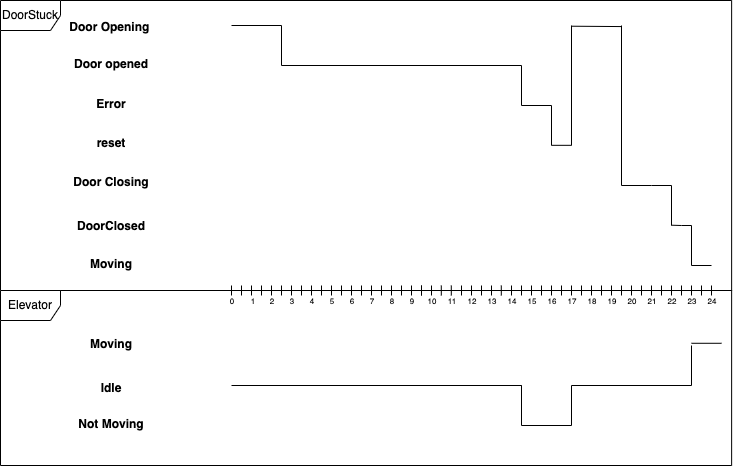
This is L4G10_milestone_5/Elevator_DoorStuck_TimingDiagram5.png from andy-ngo/SYSC3303_L4_G10, a draw.io export, as it was before one commit. Source tidied: cells renumbered, new cells last; positions are measured from the earlier drawing's top-left corner, leaving out a move shared by most shapes.
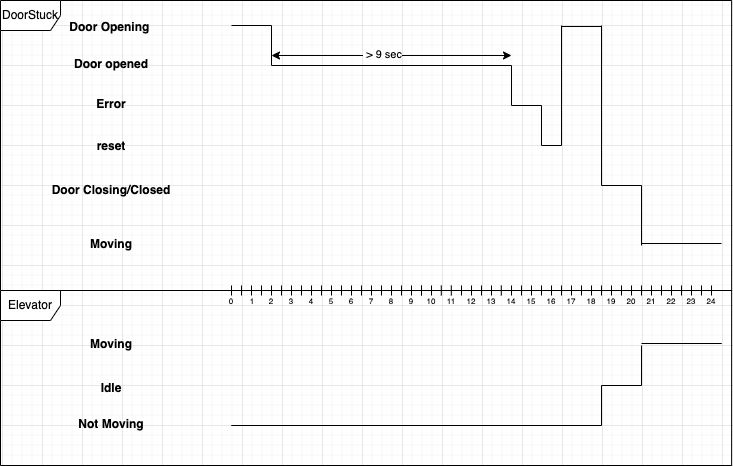
Later version of the same file.

Diff of the diagram source:
```diff
@@ -11,9 +11,6 @@
     <mxCell id="4" value="Error" style="text;align=center;fontStyle=1;verticalAlign=middle;spacingLeft=3;spacingRight=3;strokeColor=none;" parent="1" vertex="1">
       <mxGeometry x="71" y="85" width="80" height="36" as="geometry" />
     </mxCell>
-    <mxCell id="5" value="DoorClosed" style="text;align=center;fontStyle=1;verticalAlign=middle;spacingLeft=3;spacingRight=3;strokeColor=none;" parent="1" vertex="1">
-      <mxGeometry x="71" y="205" width="80" height="40" as="geometry" />
-    </mxCell>
     <mxCell id="6" style="endArrow=none;html=1;rounded=0;" parent="1" edge="1">
       <mxGeometry relative="1" as="geometry">
         <mxPoint x="231" y="295" as="sourcePoint" />
@@ -136,8 +133,8 @@
     </mxCell>
     <mxCell id="26" style="endArrow=none;html=1;rounded=0;fontSize=12;" parent="1" edge="1">
       <mxGeometry relative="1" as="geometry">
-        <mxPoint x="541" y="215" as="sourcePoint" />
-        <mxPoint x="541" y="215" as="targetPoint" />
+        <mxPoint x="521" y="215" as="sourcePoint" />
+        <mxPoint x="521" y="215" as="targetPoint" />
       </mxGeometry>
     </mxCell>
     <mxCell id="27" value="&lt;font style=&quot;font-size: 8px&quot;&gt;0&lt;/font&gt;" style="text;html=1;strokeColor=none;fillColor=none;align=center;verticalAlign=middle;whiteSpace=wrap;rounded=0;fontSize=12;" parent="1" vertex="1">
@@ -258,93 +255,75 @@
       <mxGeometry x="71" y="45" width="80" height="36" as="geometry" />
     </mxCell>
     <mxCell id="54" value="reset" style="text;align=center;fontStyle=1;verticalAlign=middle;spacingLeft=3;spacingRight=3;strokeColor=none;" parent="1" vertex="1">
-      <mxGeometry x="71" y="125" width="80" height="33" as="geometry" />
+      <mxGeometry x="71" y="125" width="80" height="40" as="geometry" />
     </mxCell>
-    <mxCell id="55" value="Door Closing" style="text;align=center;fontStyle=1;verticalAlign=middle;spacingLeft=3;spacingRight=3;strokeColor=none;" parent="1" vertex="1">
-      <mxGeometry x="71" y="167" width="80" height="28" as="geometry" />
+    <mxCell id="55" value="Door Closing/Closed" style="text;align=center;fontStyle=1;verticalAlign=middle;spacingLeft=3;spacingRight=3;strokeColor=none;" parent="1" vertex="1">
+      <mxGeometry x="71" y="175" width="80" height="28" as="geometry" />
     </mxCell>
     <mxCell id="56" value="Moving" style="text;align=center;fontStyle=1;verticalAlign=middle;spacingLeft=3;spacingRight=3;strokeColor=none;" parent="1" vertex="1">
-      <mxGeometry x="71" y="245" width="80" height="36" as="geometry" />
+      <mxGeometry x="71" y="225" width="80" height="36" as="geometry" />
     </mxCell>
     <mxCell id="57" style="endArrow=none;html=1;rounded=0;fontSize=8;" parent="1" edge="1">
       <mxGeometry relative="1" as="geometry">
         <mxPoint x="231" y="25" as="sourcePoint" />
-        <mxPoint x="281" y="65" as="targetPoint" />
+        <mxPoint x="271" y="65" as="targetPoint" />
         <Array as="points">
-          <mxPoint x="281" y="25" />
+          <mxPoint x="271" y="25" />
         </Array>
       </mxGeometry>
     </mxCell>
     <mxCell id="58" style="endArrow=none;html=1;rounded=0;fontSize=8;" parent="1" edge="1">
       <mxGeometry relative="1" as="geometry">
-        <mxPoint x="281" y="65" as="sourcePoint" />
-        <mxPoint x="521" y="105" as="targetPoint" />
+        <mxPoint x="271" y="65" as="sourcePoint" />
+        <mxPoint x="511" y="105" as="targetPoint" />
         <Array as="points">
-          <mxPoint x="521" y="65" />
+          <mxPoint x="511" y="65" />
         </Array>
       </mxGeometry>
     </mxCell>
     <mxCell id="59" style="endArrow=none;html=1;rounded=0;fontSize=8;" parent="1" edge="1">
       <mxGeometry relative="1" as="geometry">
-        <mxPoint x="521" y="105" as="sourcePoint" />
-        <mxPoint x="551" y="145" as="targetPoint" />
+        <mxPoint x="511" y="105" as="sourcePoint" />
+        <mxPoint x="541" y="145" as="targetPoint" />
         <Array as="points">
-          <mxPoint x="551" y="105" />
+          <mxPoint x="541" y="105" />
         </Array>
       </mxGeometry>
     </mxCell>
     <mxCell id="60" style="endArrow=none;html=1;rounded=0;fontSize=8;" parent="1" edge="1">
       <mxGeometry relative="1" as="geometry">
-        <mxPoint x="551" y="144.8" as="sourcePoint" />
-        <mxPoint x="571" y="144.8" as="targetPoint" />
+        <mxPoint x="541" y="145" as="sourcePoint" />
+        <mxPoint x="561" y="145" as="targetPoint" />
       </mxGeometry>
     </mxCell>
     <mxCell id="61" style="endArrow=none;html=1;rounded=0;fontSize=8;" parent="1" edge="1">
       <mxGeometry relative="1" as="geometry">
-        <mxPoint x="571" y="145" as="sourcePoint" />
-        <mxPoint x="571" y="25" as="targetPoint" />
+        <mxPoint x="561" y="145" as="sourcePoint" />
+        <mxPoint x="561" y="25" as="targetPoint" />
       </mxGeometry>
     </mxCell>
     <mxCell id="62" style="endArrow=none;html=1;rounded=0;fontSize=8;" parent="1" edge="1">
       <mxGeometry relative="1" as="geometry">
-        <mxPoint x="571" y="25.7" as="sourcePoint" />
-        <mxPoint x="621" y="26.1" as="targetPoint" />
+        <mxPoint x="561" y="26" as="sourcePoint" />
+        <mxPoint x="601" y="26" as="targetPoint" />
       </mxGeometry>
     </mxCell>
     <mxCell id="63" style="endArrow=none;html=1;rounded=0;fontSize=8;" parent="1" edge="1">
       <mxGeometry relative="1" as="geometry">
-        <mxPoint x="621" y="185" as="sourcePoint" />
-        <mxPoint x="621" y="25" as="targetPoint" />
+        <mxPoint x="601" y="185" as="sourcePoint" />
+        <mxPoint x="601" y="25" as="targetPoint" />
       </mxGeometry>
     </mxCell>
     <mxCell id="64" style="endArrow=none;html=1;rounded=0;fontSize=8;" parent="1" edge="1">
       <mxGeometry relative="1" as="geometry">
-        <mxPoint x="621" y="185" as="sourcePoint" />
-        <mxPoint x="671" y="185" as="targetPoint" />
-        <Array as="points">
-          <mxPoint x="651" y="185" />
-        </Array>
+        <mxPoint x="601" y="185" as="sourcePoint" />
+        <mxPoint x="641" y="185" as="targetPoint" />
       </mxGeometry>
     </mxCell>
-    <mxCell id="65" style="endArrow=none;html=1;rounded=0;fontSize=8;" parent="1" edge="1">
-      <mxGeometry relative="1" as="geometry">
-        <mxPoint x="671" y="225" as="sourcePoint" />
-        <mxPoint x="671" y="185" as="targetPoint" />
-      </mxGeometry>
-    </mxCell>
-    <mxCell id="66" style="endArrow=none;html=1;rounded=0;fontSize=8;" parent="1" edge="1">
-      <mxGeometry relative="1" as="geometry">
-        <mxPoint x="671" y="224.7" as="sourcePoint" />
-        <mxPoint x="691" y="225" as="targetPoint" />
-        <Array as="points">
-          <mxPoint x="681" y="225" />
-        </Array>
-      </mxGeometry>
-    </mxCell>
     <mxCell id="67" style="endArrow=none;html=1;rounded=0;fontSize=8;" parent="1" edge="1">
       <mxGeometry relative="1" as="geometry">
-        <mxPoint x="691" y="265" as="sourcePoint" />
-        <mxPoint x="691" y="225" as="targetPoint" />
+        <mxPoint x="641" y="245" as="sourcePoint" />
+        <mxPoint x="641" y="185" as="targetPoint" />
       </mxGeometry>
     </mxCell>
     <mxCell id="68" style="endArrow=none;html=1;rounded=0;" parent="1" edge="1">
@@ -355,8 +334,8 @@
     </mxCell>
     <mxCell id="69" style="endArrow=none;html=1;rounded=0;fontSize=8;" parent="1" edge="1">
       <mxGeometry relative="1" as="geometry">
-        <mxPoint x="691" y="265" as="sourcePoint" />
-        <mxPoint x="711" y="265" as="targetPoint" />
+        <mxPoint x="641" y="243" as="sourcePoint" />
+        <mxPoint x="721" y="243" as="targetPoint" />
       </mxGeometry>
     </mxCell>
     <mxCell id="70" value="&lt;font style=&quot;font-size: 12px&quot;&gt;Elevator&lt;/font&gt;" style="shape=umlFrame;whiteSpace=wrap;html=1;fontSize=6;" parent="1" vertex="1">
@@ -368,19 +347,13 @@
     <mxCell id="72" value="Not Moving" style="text;align=center;fontStyle=1;verticalAlign=middle;spacingLeft=3;spacingRight=3;strokeColor=none;" parent="1" vertex="1">
       <mxGeometry x="71" y="405" width="80" height="36" as="geometry" />
     </mxCell>
-    <mxCell id="73" style="endArrow=none;html=1;rounded=0;" parent="1" edge="1">
-      <mxGeometry relative="1" as="geometry">
-        <mxPoint x="231" y="385" as="sourcePoint" />
-        <mxPoint x="331" y="385" as="targetPoint" />
-        <Array as="points">
-          <mxPoint x="521" y="385" />
-        </Array>
-      </mxGeometry>
-    </mxCell>
     <mxCell id="74" style="endArrow=none;html=1;rounded=0;" parent="1" edge="1">
       <mxGeometry relative="1" as="geometry">
-        <mxPoint x="691" y="342.8" as="sourcePoint" />
-        <mxPoint x="721" y="342.8" as="targetPoint" />
+        <mxPoint x="671" y="343" as="sourcePoint" />
+        <mxPoint x="641" y="343" as="targetPoint" />
+        <Array as="points">
+          <mxPoint x="721" y="343" />
+        </Array>
       </mxGeometry>
     </mxCell>
     <mxCell id="75" value="Idle" style="text;align=center;fontStyle=1;verticalAlign=middle;spacingLeft=3;spacingRight=3;strokeColor=none;" parent="1" vertex="1">
@@ -403,8 +376,8 @@
     </mxCell>
     <mxCell id="79" style="endArrow=none;html=1;rounded=0;" parent="1" edge="1">
       <mxGeometry relative="1" as="geometry">
-        <mxPoint x="691" y="385" as="sourcePoint" />
-        <mxPoint x="691" y="345" as="targetPoint" />
+        <mxPoint x="641" y="385" as="sourcePoint" />
+        <mxPoint x="641" y="345" as="targetPoint" />
       </mxGeometry>
     </mxCell>
     <mxCell id="80" style="endArrow=none;html=1;rounded=0;" parent="1" edge="1">
@@ -538,24 +511,30 @@
     </mxCell>
     <mxCell id="106" style="endArrow=none;html=1;rounded=0;" parent="1" edge="1">
       <mxGeometry relative="1" as="geometry">
-        <mxPoint x="691" y="385" as="sourcePoint" />
-        <mxPoint x="571" y="425" as="targetPoint" />
+        <mxPoint x="641" y="385" as="sourcePoint" />
+        <mxPoint x="601" y="425" as="targetPoint" />
         <Array as="points">
-          <mxPoint x="571" y="385" />
+          <mxPoint x="601" y="385" />
         </Array>
       </mxGeometry>
     </mxCell>
     <mxCell id="107" style="endArrow=none;html=1;rounded=0;" parent="1" edge="1">
       <mxGeometry relative="1" as="geometry">
-        <mxPoint x="521" y="425" as="sourcePoint" />
-        <mxPoint x="521" y="385" as="targetPoint" />
+        <mxPoint x="600.4" y="425" as="sourcePoint" />
+        <mxPoint x="601" y="425" as="targetPoint" />
+        <Array as="points">
+          <mxPoint x="231" y="425" />
+        </Array>
       </mxGeometry>
     </mxCell>
-    <mxCell id="108" style="endArrow=none;html=1;rounded=0;" parent="1" edge="1">
-      <mxGeometry relative="1" as="geometry">
-        <mxPoint x="521" y="425" as="sourcePoint" />
-        <mxPoint x="571" y="425" as="targetPoint" />
-      </mxGeometry>
-    </mxCell>
+    <mxCell id="109" style="endArrow=classic;startArrow=classic;html=1;rounded=0;" parent="1" edge="1">
+      <mxGeometry relative="1" as="geometry">
+        <mxPoint x="271" y="55" as="sourcePoint" />
+        <mxPoint x="511" y="55" as="targetPoint" />
+      </mxGeometry>
+    </mxCell>
+    <mxCell id="110" value="&amp;nbsp;&amp;gt; 9 sec" style="edgeLabel;html=1;align=center;verticalAlign=middle;" parent="109" vertex="1">
+      <mxGeometry x="-0.08" y="1" relative="1" as="geometry" />
+    </mxCell>
   </root>
 </mxGraphModel>
```
